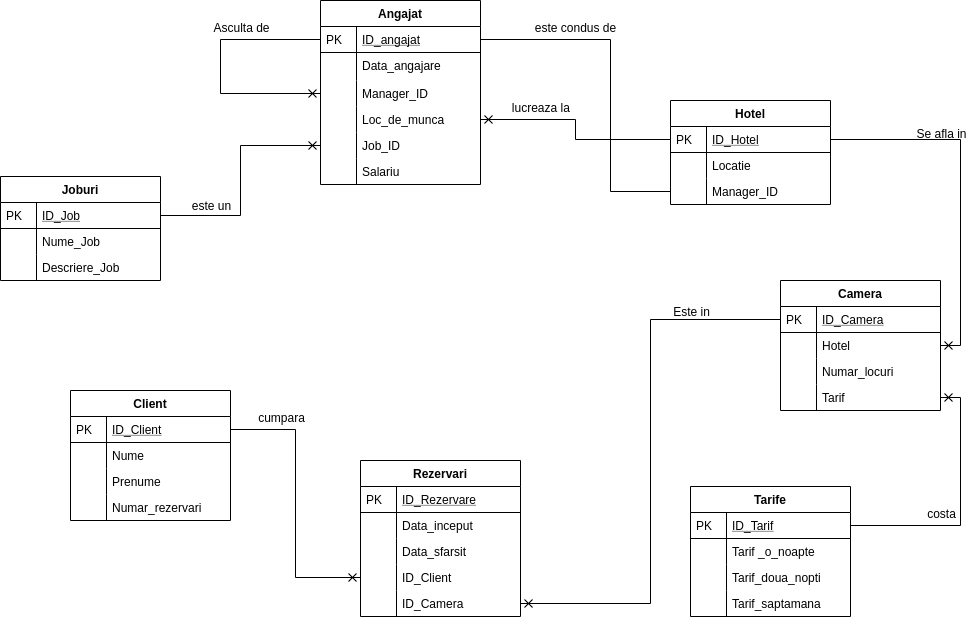
Above: BD/tema_6/diagrama_tema_6_curs.png in theodormoroianu/FirstYearCourses (draw.io), before the change. Source tidied: cells renumbered, new cells last; positions are measured from the earlier drawing's top-left corner, leaving out a move shared by most shapes.
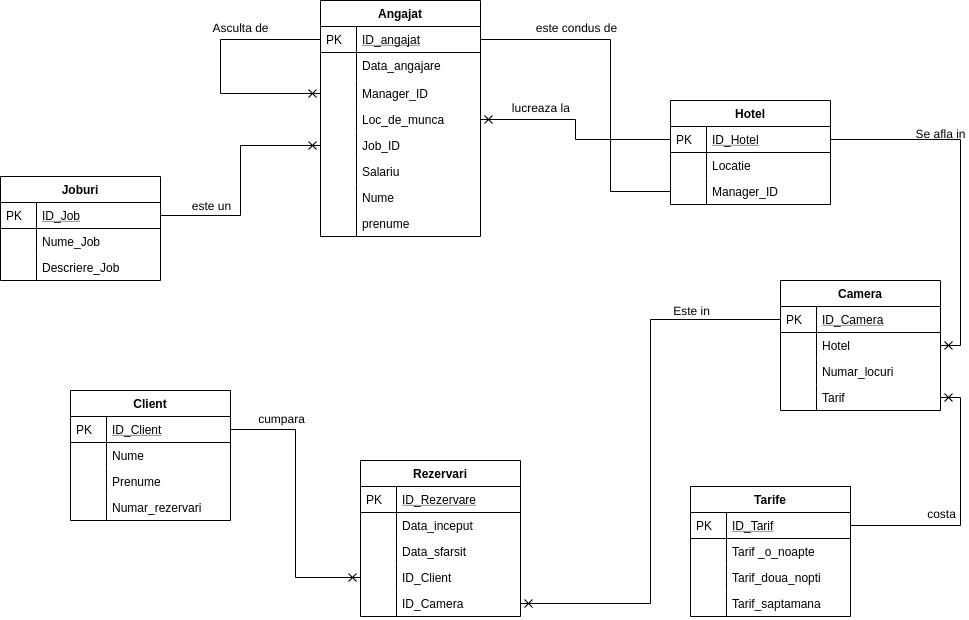
The same diagram one commit later.

Change to the diagram source:
```diff
@@ -63,7 +63,7 @@
       <mxGeometry width="36" height="26" as="geometry" />
     </mxCell>
     <mxCell id="22" value="Angajat" style="swimlane;fontStyle=1;horizontal=1;startSize=26;rounded=0;shadow=0;strokeWidth=1;" parent="1" vertex="1">
-      <mxGeometry x="320" width="160" height="184" as="geometry" />
+      <mxGeometry x="320" width="160" height="236" as="geometry" />
     </mxCell>
     <mxCell id="23" value="ID_angajat" style="shape=partialRectangle;top=0;left=0;right=0;bottom=1;align=left;verticalAlign=top;fillColor=none;spacingLeft=40;spacingRight=4;overflow=hidden;points=[[0,0.5],[1,0.5]];portConstraint=eastwest;rounded=0;shadow=0;strokeWidth=1;fontStyle=4;" parent="22" vertex="1">
       <mxGeometry y="26" width="160" height="26" as="geometry" />
@@ -114,6 +114,18 @@
     <mxCell id="36" style="shape=partialRectangle;top=0;left=0;bottom=0;fillColor=none;align=left;verticalAlign=top;spacingLeft=4;spacingRight=4;overflow=hidden;" parent="35" vertex="1">
       <mxGeometry width="36" height="26" as="geometry" />
     </mxCell>
+    <mxCell id="83" value="Nume" style="shape=partialRectangle;top=0;left=0;right=0;bottom=0;align=left;verticalAlign=top;fillColor=none;spacingLeft=40;spacingRight=4;overflow=hidden;rounded=0;shadow=0;strokeWidth=1;" parent="22" vertex="1">
+      <mxGeometry y="184" width="160" height="26" as="geometry" />
+    </mxCell>
+    <mxCell id="84" style="shape=partialRectangle;top=0;left=0;bottom=0;fillColor=none;align=left;verticalAlign=top;spacingLeft=4;spacingRight=4;overflow=hidden;" parent="83" vertex="1">
+      <mxGeometry width="36" height="26" as="geometry" />
+    </mxCell>
+    <mxCell id="85" value="prenume" style="shape=partialRectangle;top=0;left=0;right=0;bottom=0;align=left;verticalAlign=top;fillColor=none;spacingLeft=40;spacingRight=4;overflow=hidden;rounded=0;shadow=0;strokeWidth=1;" parent="22" vertex="1">
+      <mxGeometry y="210" width="160" height="26" as="geometry" />
+    </mxCell>
+    <mxCell id="86" style="shape=partialRectangle;top=0;left=0;bottom=0;fillColor=none;align=left;verticalAlign=top;spacingLeft=4;spacingRight=4;overflow=hidden;" parent="85" vertex="1">
+      <mxGeometry width="36" height="26" as="geometry" />
+    </mxCell>
     <mxCell id="37" value="Hotel" style="swimlane;fontStyle=1;horizontal=1;startSize=26;rounded=0;shadow=0;strokeWidth=1;" parent="1" vertex="1">
       <mxGeometry x="670" y="100" width="160" height="104" as="geometry" />
     </mxCell>
```
